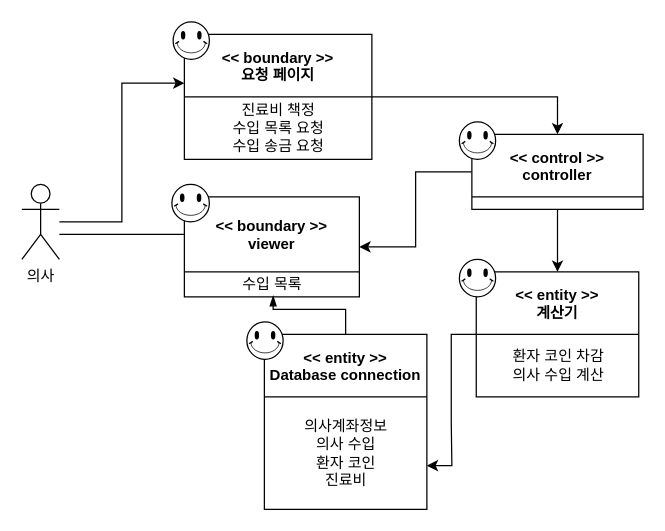
Earlier version of the draw.io diagram doctor/Domain model/UC2.drawio (yhb1834/Smart-Health-Prediction-System). Source tidied: cells renumbered, new cells numbered last; positions are measured from the earlier drawing's top-left corner, leaving out a move shared by most shapes. Both pictures are drawn from the tidied source at 125%, with x=0, y=0 at pixel (21, 21).
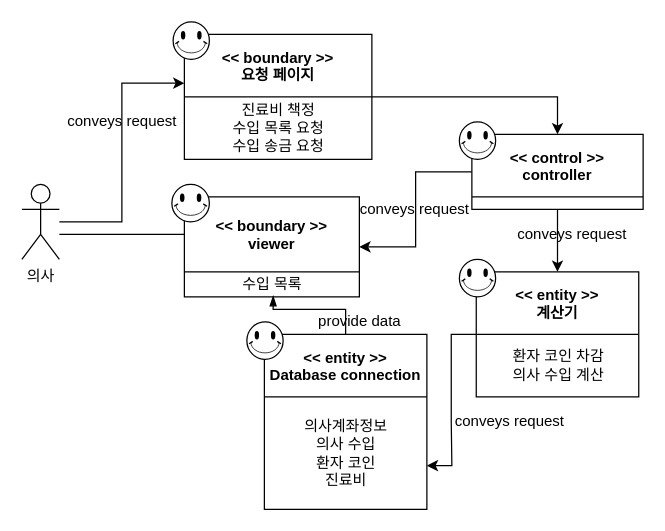
The same page after the edit.

What changed in the source:
```diff
@@
+    <mxCell id="24" value="conveys request" style="text;html=1;align=center;verticalAlign=middle;strokeColor=none;" parent="1" vertex="1">
+      <mxGeometry x="390" y="160" width="100" height="20" as="geometry" />
+    </mxCell>
+    <mxCell id="25" value="conveys request" style="text;html=1;align=center;verticalAlign=middle;strokeColor=none;" parent="1" vertex="1">
+      <mxGeometry x="263.5" y="140" width="100" height="20" as="geometry" />
+    </mxCell>
+    <mxCell id="26" value="conveys request" style="text;html=1;align=center;verticalAlign=middle;strokeColor=none;" parent="1" vertex="1">
+      <mxGeometry x="30" y="70" width="100" height="20" as="geometry" />
+    </mxCell>
+    <mxCell id="27" value="provide data" style="text;html=1;align=center;verticalAlign=middle;strokeColor=none;" parent="1" vertex="1">
+      <mxGeometry x="230" y="230" width="80" height="20" as="geometry" />
+    </mxCell>
+    <mxCell id="28" value="conveys request" style="text;html=1;align=center;verticalAlign=middle;strokeColor=none;" parent="1" vertex="1">
+      <mxGeometry x="340" y="310" width="100" height="20" as="geometry" />
+    </mxCell>
```
